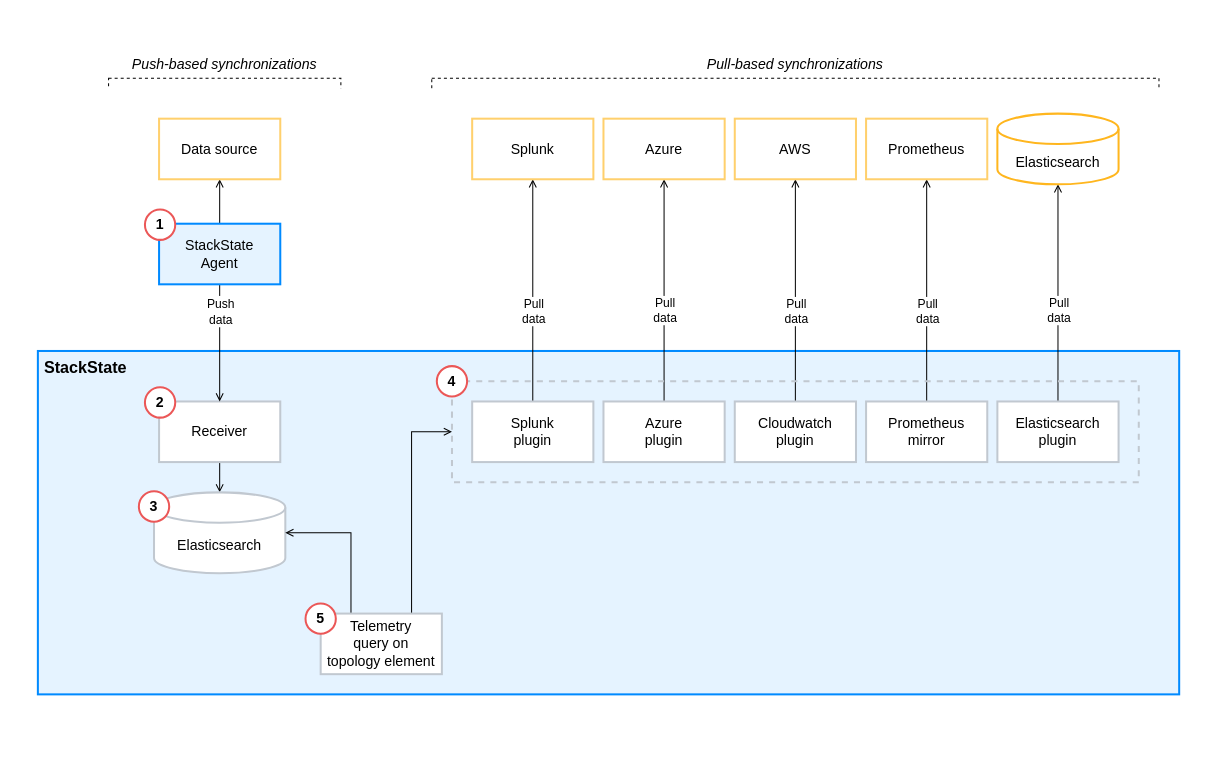
Earlier version of the draw.io diagram resources/drawio/telemetry-sync-2.drawio (StackVista/stackstate-docs). Source tidied: cells renumbered, new cells numbered last; positions are measured from the earlier drawing's top-left corner, leaving out a move shared by most shapes. Both pictures are drawn from the tidied source at 101%, with x=0, y=0 at pixel (17, 17).
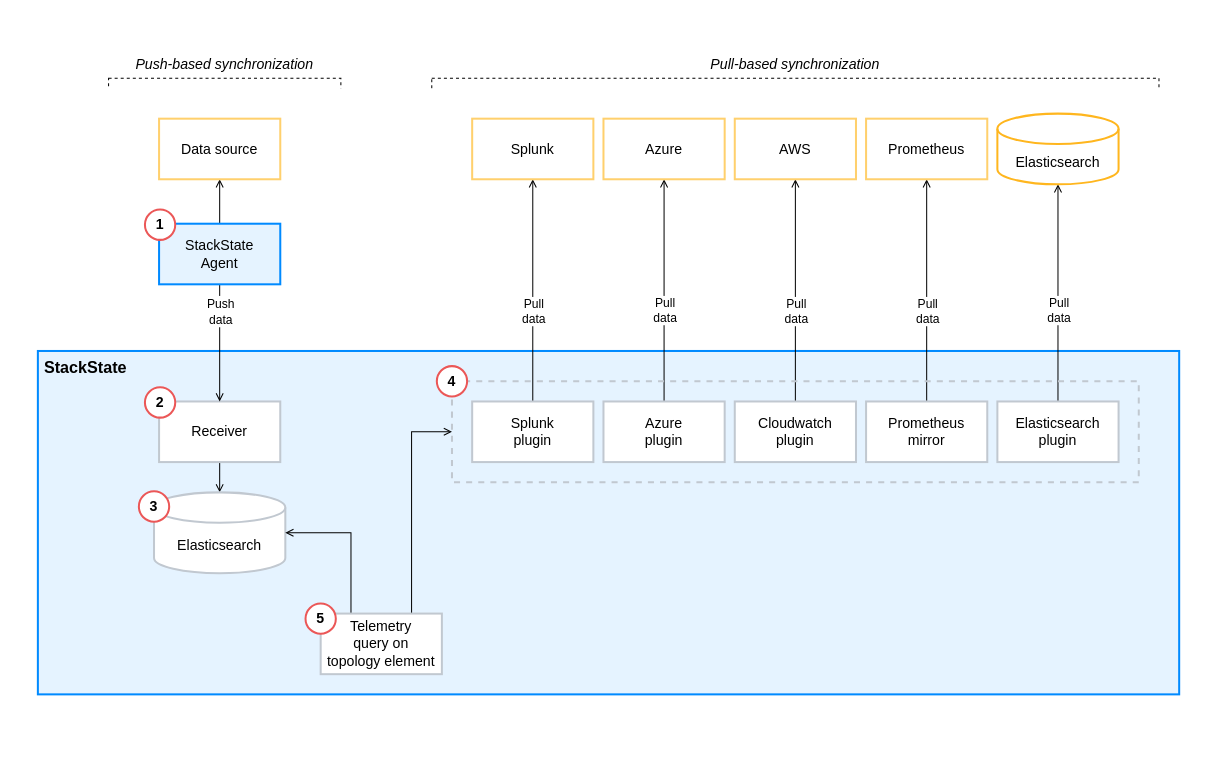
The same page after the edit.

What changed in the source:
```diff
@@
-    <mxCell id="46" value="Push-based synchronizations" style="text;strokeColor=none;fillColor=none;align=center;verticalAlign=middle;spacingLeft=4;spacingRight=4;overflow=hidden;dashed=1;fontStyle=2;fontSize=14;" parent="1" vertex="1">
+    <mxCell id="46" value="Push-based synchronization" style="text;strokeColor=none;fillColor=none;align=center;verticalAlign=middle;spacingLeft=4;spacingRight=4;overflow=hidden;dashed=1;fontStyle=2;fontSize=14;" parent="1" vertex="1">
       <mxGeometry x="90" y="30" width="230" height="30" as="geometry" />
     </mxCell>
-    <mxCell id="47" value="Pull-based synchronizations" style="text;strokeColor=none;fillColor=none;align=center;verticalAlign=middle;spacingLeft=4;spacingRight=4;overflow=hidden;dashed=1;fontStyle=2;fontSize=14;" parent="1" vertex="1">
+    <mxCell id="47" value="Pull-based synchronization" style="text;strokeColor=none;fillColor=none;align=center;verticalAlign=middle;spacingLeft=4;spacingRight=4;overflow=hidden;dashed=1;fontStyle=2;fontSize=14;" parent="1" vertex="1">
       <mxGeometry x="410" y="30" width="720" height="30" as="geometry" />
     </mxCell>
```
